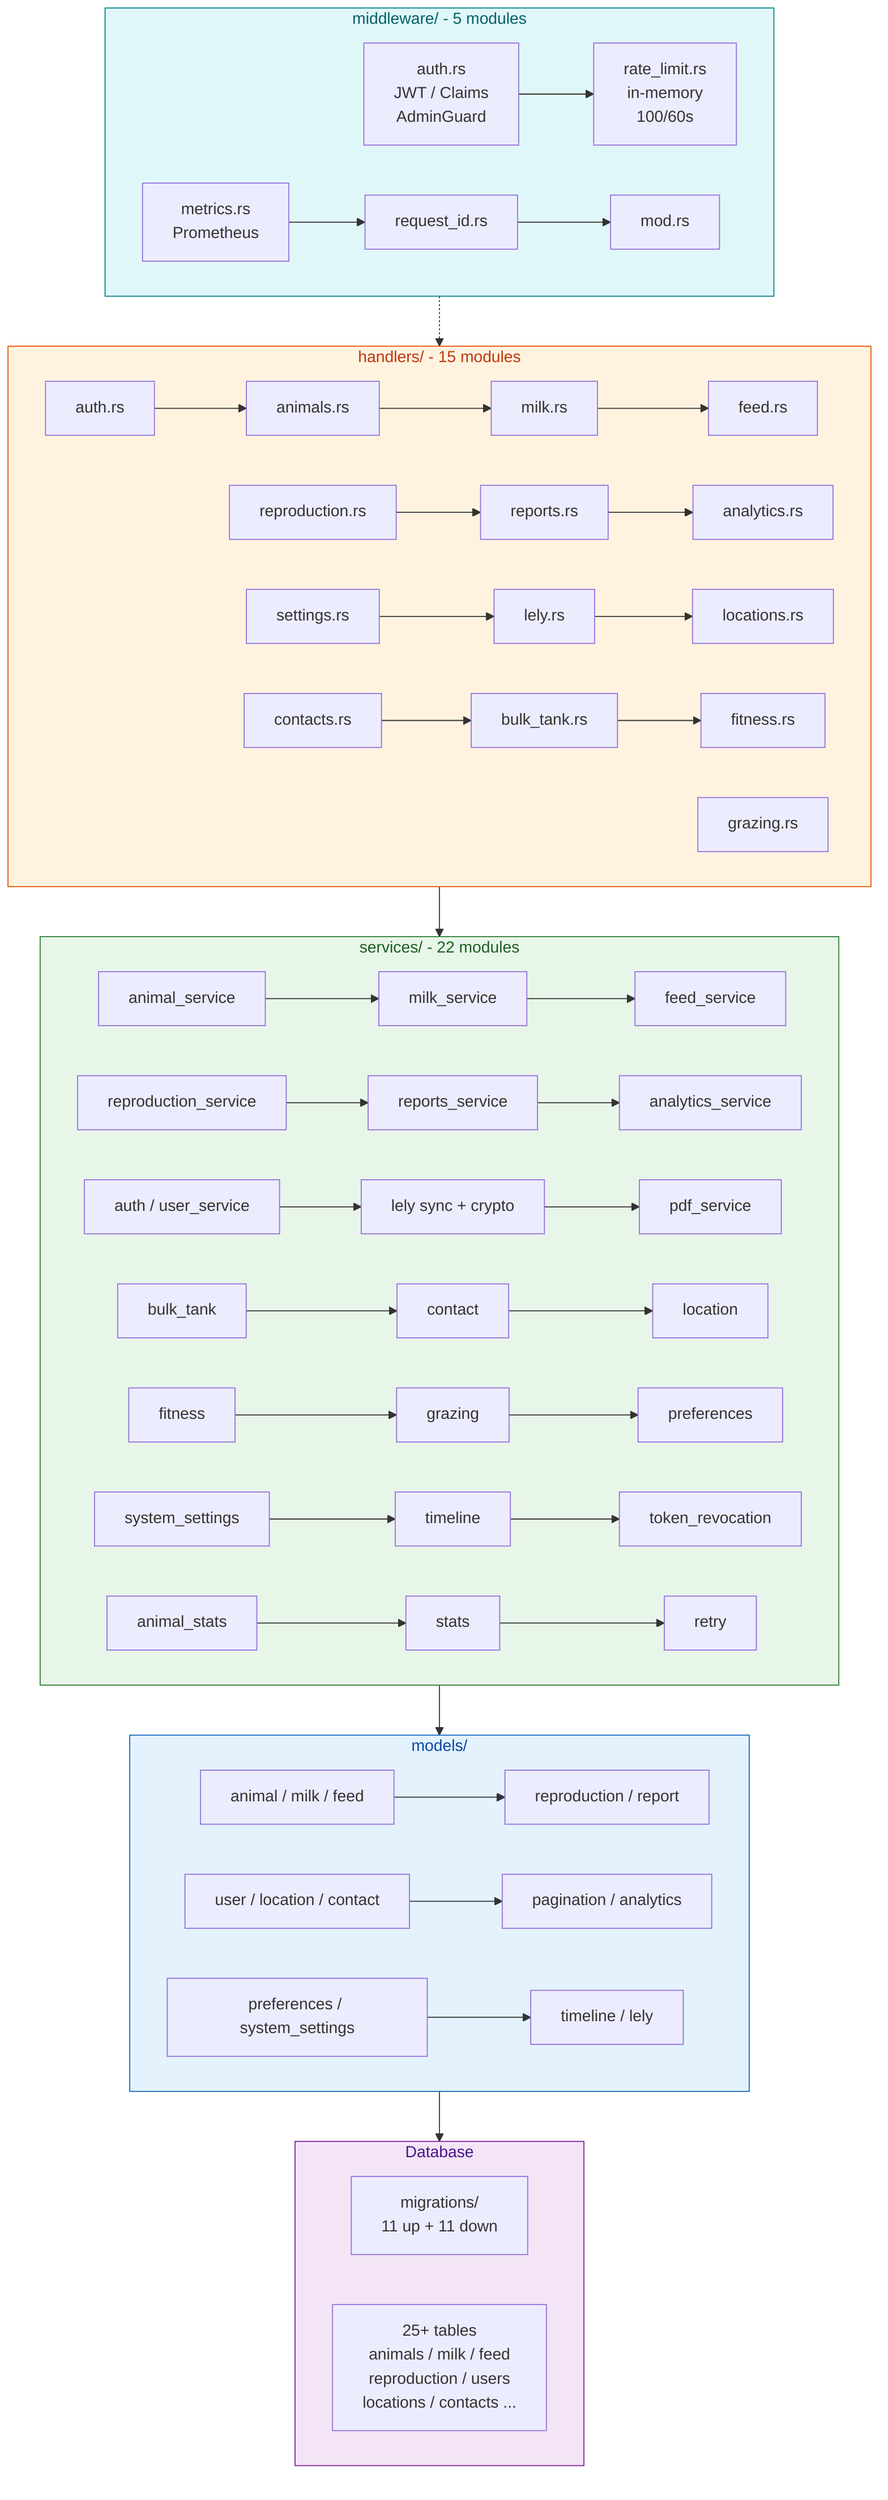
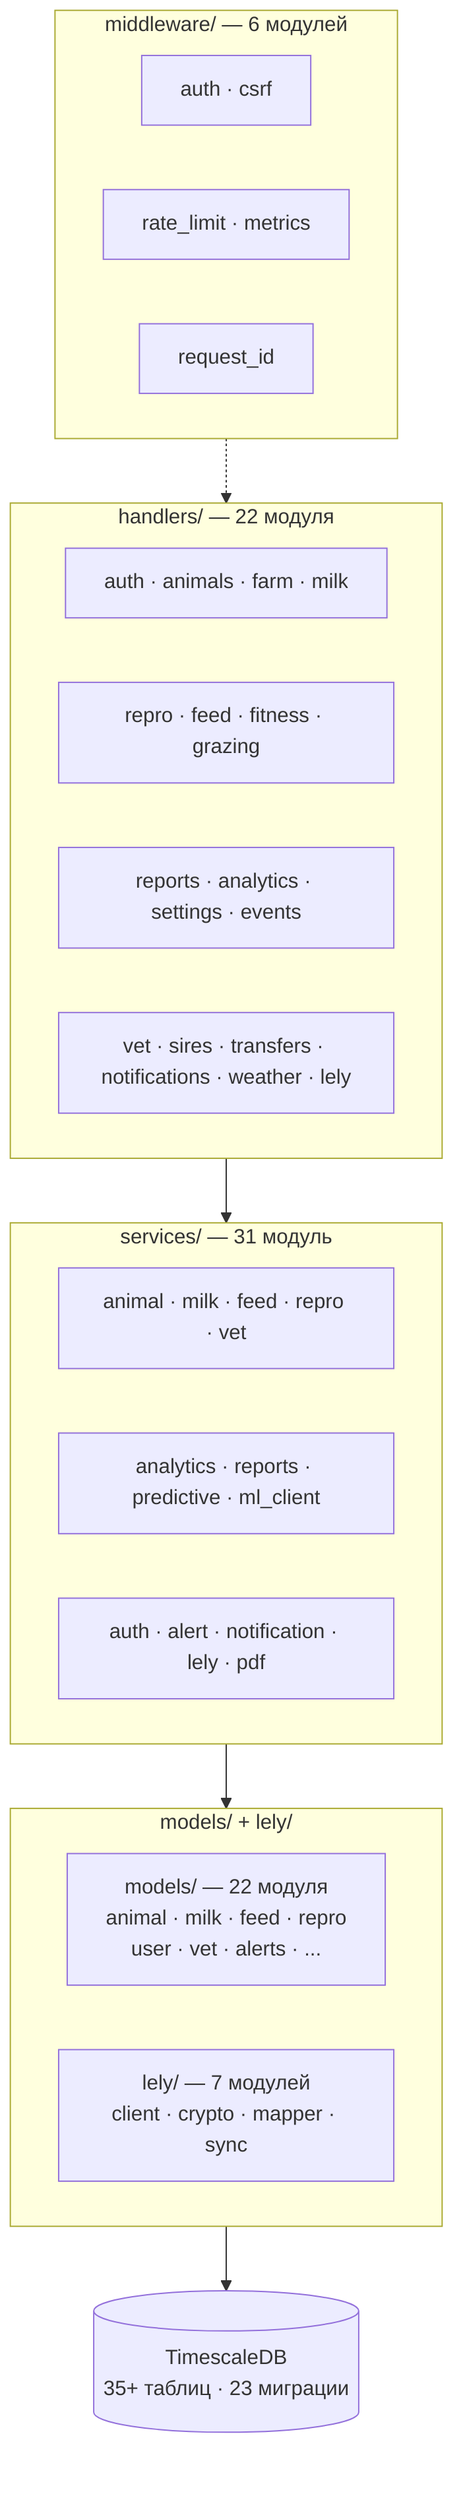
flowchart TB
-     subgraph Handlers["handlers/ - 15 modules"]
+     subgraph MW["middleware/ — 6 модулей"]
        direction LR
-         H1["auth.rs"] --> H2["animals.rs"] --> H3["milk.rs"] --> H4["feed.rs"]
-         H5["reproduction.rs"] --> H6["reports.rs"] --> H7["analytics.rs"]
-         H8["settings.rs"] --> H9["lely.rs"] --> H10["locations.rs"]
-         H11["contacts.rs"] --> H12["bulk_tank.rs"] --> H13["fitness.rs"]
-         H14["grazing.rs"]
+         M1["auth · csrf"]
+         M2["rate_limit · metrics"]
+         M3["request_id"]
    end

-     subgraph Services["services/ - 22 modules"]
+     subgraph Handlers["handlers/ — 22 модуля"]
        direction LR
-         S1["animal_service"] --> S2["milk_service"] --> S3["feed_service"]
-         S4["reproduction_service"] --> S5["reports_service"] --> S6["analytics_service"]
-         S7["auth / user_service"] --> S8["lely sync + crypto"] --> S9["pdf_service"]
-         S10["bulk_tank"] --> S11["contact"] --> S12["location"]
-         S13["fitness"] --> S14["grazing"] --> S15["preferences"]
-         S16["system_settings"] --> S17["timeline"] --> S18["token_revocation"]
-         S19["animal_stats"] --> S20["stats"] --> S21["retry"]
+         H1["auth · animals · farm · milk"]
+         H2["repro · feed · fitness · grazing"]
+         H3["reports · analytics · settings · events"]
+         H4["vet · sires · transfers · notifications · weather · lely"]
    end

-     subgraph Middleware["middleware/ - 5 modules"]
+     subgraph Services["services/ — 31 модуль"]
        direction LR
-         M1["auth.rs\nJWT / Claims\nAdminGuard"] --> M2["rate_limit.rs\nin-memory\n100/60s"]
-         M3["metrics.rs\nPrometheus"] --> M4["request_id.rs"] --> M5["mod.rs"]
+         S1["animal · milk · feed · repro · vet"]
+         S2["analytics · reports · predictive · ml_client"]
+         S3["auth · alert · notification · lely · pdf"]
    end

-     subgraph Models["models/"]
+     subgraph DataLayer["models/ + lely/"]
        direction LR
-         Mod1["animal / milk / feed"] --> Mod2["reproduction / report"]
-         Mod3["user / location / contact"] --> Mod4["pagination / analytics"]
-         Mod5["preferences / system_settings"] --> Mod6["timeline / lely"]
+         Models["models/ — 22 модуля\nanimal · milk · feed · repro\nuser · vet · alerts · ..."]
+         Lely["lely/ — 7 модулей\nclient · crypto · mapper · sync"]
    end

-     subgraph DB["Database"]
-         Migrations["migrations/\n11 up + 11 down"]
-         Schema["25+ tables\nanimals / milk / feed\nreproduction / users\nlocations / contacts ..."]
-     end
+     DB[("TimescaleDB\n35+ таблиц · 23 миграции")]

-     Handlers --> Services --> Models --> DB
-     Middleware -.-> Handlers
- 
-     style Handlers fill:#fff3e0,stroke:#e65100,color:#bf360c
-     style Services fill:#e8f5e9,stroke:#2e7d32,color:#1b5e20
-     style Middleware fill:#e0f7fa,stroke:#00838f,color:#006064
-     style Models fill:#e3f2fd,stroke:#1565c0,color:#0d47a1
-     style DB fill:#f3e5f5,stroke:#7b1fa2,color:#4a148c+     MW -.-> Handlers --> Services --> DataLayer --> DB
